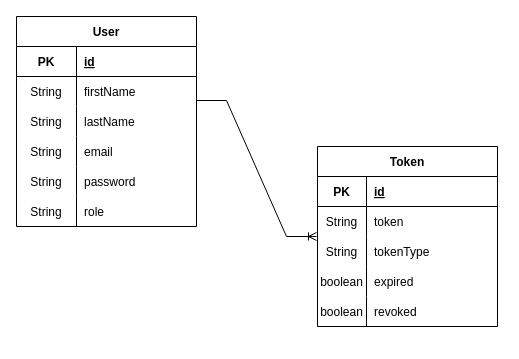
Earlier version of the draw.io diagram page "class-diagram" (3 of 4) of jwt-security.drawio (kasodeep/jwt-auth-springboot). Source tidied: cells renumbered, new cells numbered last; positions are measured from the earlier drawing's top-left corner, leaving out a move shared by most shapes. Both pictures are drawn from the tidied source at 100%, with x=0, y=0 at pixel (16, 16).
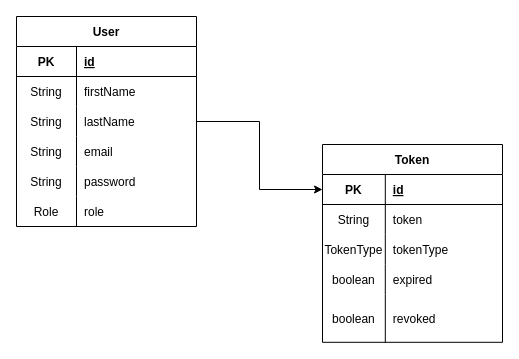
The same diagram, later.

Unchanged cells that the change refers to:
```xml
<mxCell id="9" style="shape=tableRow;horizontal=0;startSize=0;swimlaneHead=0;swimlaneBody=0;fillColor=none;points=[[0,0.5],[1,0.5]];portConstraint=eastwest;top=0;left=0;right=0;bottom=0;" parent="2" vertex="1">
  <mxGeometry y="90" width="180" height="30" as="geometry" />
</mxCell>
<mxCell id="18" style="shape=tableRow;horizontal=0;startSize=0;swimlaneHead=0;swimlaneBody=0;fillColor=none;top=0;left=0;right=0;bottom=0;" parent="2" vertex="1">
  <mxGeometry y="180" width="180" height="30" as="geometry" />
</mxCell>
<mxCell id="22" style="shape=tableRow;horizontal=0;startSize=0;swimlaneHead=0;swimlaneBody=0;fillColor=none;points=[[0,0.5],[1,0.5]];portConstraint=eastwest;top=0;left=0;right=0;bottom=1;" parent="21" vertex="1">
  <mxGeometry y="30" width="180" height="30" as="geometry" />
</mxCell>
<mxCell id="25" style="shape=tableRow;horizontal=0;startSize=0;swimlaneHead=0;swimlaneBody=0;fillColor=none;top=0;left=0;right=0;bottom=0;" parent="21" vertex="1">
  <mxGeometry y="60" width="180" height="30" as="geometry" />
</mxCell>
<mxCell id="28" style="shape=tableRow;horizontal=0;startSize=0;swimlaneHead=0;swimlaneBody=0;fillColor=none;top=0;left=0;right=0;bottom=0;" parent="21" vertex="1">
  <mxGeometry y="90" width="180" height="30" as="geometry" />
</mxCell>
<mxCell id="31" style="shape=tableRow;horizontal=0;startSize=0;swimlaneHead=0;swimlaneBody=0;fillColor=none;top=0;left=0;right=0;bottom=0;" parent="21" vertex="1">
  <mxGeometry y="120" width="180" height="30" as="geometry" />
</mxCell>
```

What changed in the source:
```diff
@@
-    <mxCell id="19" value="String" style="shape=partialRectangle;fillColor=none;top=0;left=0;bottom=0;right=0;overflow=hidden;" parent="18" vertex="1">
+    <mxCell id="19" value="Role" style="shape=partialRectangle;fillColor=none;top=0;left=0;bottom=0;right=0;overflow=hidden;" parent="18" vertex="1">
       <mxGeometry width="60" height="30" as="geometry" />
     </mxCell>
@@
     <mxCell id="21" value="Token" style="shape=table;startSize=30;childLayout=tableLayout;rowLines=0;fontStyle=1;align=center;fillColor=default;" parent="1" vertex="1">
-      <mxGeometry x="301" y="130" width="180" height="180" as="geometry" />
+      <mxGeometry x="306" y="128" width="180" height="197.8" as="geometry" />
     </mxCell>
@@
     <mxCell id="23" value="PK" style="shape=partialRectangle;fillColor=none;top=0;left=0;bottom=0;right=0;fontStyle=1;overflow=hidden;" parent="22" vertex="1">
-      <mxGeometry width="49" height="30" as="geometry" />
+      <mxGeometry width="62.8" height="30" as="geometry" />
     </mxCell>
     <mxCell id="24" value="id" style="shape=partialRectangle;fillColor=none;top=0;left=0;bottom=0;right=0;align=left;spacingLeft=6;fontStyle=5;overflow=hidden;" parent="22" vertex="1">
-      <mxGeometry x="49" width="131" height="30" as="geometry" />
+      <mxGeometry x="62.8" width="117.2" height="30" as="geometry" />
     </mxCell>
@@
     <mxCell id="26" value="String" style="shape=partialRectangle;fillColor=none;top=0;left=0;bottom=0;right=0;overflow=hidden;" parent="25" vertex="1">
-      <mxGeometry width="49" height="30" as="geometry" />
+      <mxGeometry width="62.8" height="30" as="geometry" />
     </mxCell>
     <mxCell id="27" value="token" style="shape=partialRectangle;fillColor=none;top=0;left=0;bottom=0;right=0;align=left;spacingLeft=6;overflow=hidden;" parent="25" vertex="1">
-      <mxGeometry x="49" width="131" height="30" as="geometry" />
+      <mxGeometry x="62.8" width="117.2" height="30" as="geometry" />
     </mxCell>
@@
-    <mxCell id="29" value="String" style="shape=partialRectangle;fillColor=none;top=0;left=0;bottom=0;right=0;overflow=hidden;" parent="28" vertex="1">
-      <mxGeometry width="49" height="30" as="geometry" />
+    <mxCell id="29" value="TokenType" style="shape=partialRectangle;fillColor=none;top=0;left=0;bottom=0;right=0;overflow=hidden;" parent="28" vertex="1">
+      <mxGeometry width="62.8" height="30" as="geometry" />
     </mxCell>
     <mxCell id="30" value="tokenType" style="shape=partialRectangle;fillColor=none;top=0;left=0;bottom=0;right=0;align=left;spacingLeft=6;overflow=hidden;" parent="28" vertex="1">
-      <mxGeometry x="49" width="131" height="30" as="geometry" />
+      <mxGeometry x="62.8" width="117.2" height="30" as="geometry" />
     </mxCell>
@@
     <mxCell id="32" value="boolean" style="shape=partialRectangle;fillColor=none;top=0;left=0;bottom=0;right=0;overflow=hidden;" parent="31" vertex="1">
-      <mxGeometry width="49" height="30" as="geometry" />
+      <mxGeometry width="62.8" height="30" as="geometry" />
     </mxCell>
     <mxCell id="33" value="expired" style="shape=partialRectangle;fillColor=none;top=0;left=0;bottom=0;right=0;align=left;spacingLeft=6;overflow=hidden;" parent="31" vertex="1">
-      <mxGeometry x="49" width="131" height="30" as="geometry" />
+      <mxGeometry x="62.8" width="117.2" height="30" as="geometry" />
     </mxCell>
     <mxCell id="34" style="shape=tableRow;horizontal=0;startSize=0;swimlaneHead=0;swimlaneBody=0;fillColor=none;top=0;left=0;right=0;bottom=0;" parent="21" vertex="1">
-      <mxGeometry y="150" width="180" height="30" as="geometry" />
+      <mxGeometry y="150" width="180" height="48" as="geometry" />
     </mxCell>
     <mxCell id="35" value="boolean" style="shape=partialRectangle;fillColor=none;top=0;left=0;bottom=0;right=0;overflow=hidden;" parent="34" vertex="1">
-      <mxGeometry width="49" height="30" as="geometry" />
+      <mxGeometry width="62.8" height="48" as="geometry" />
     </mxCell>
     <mxCell id="36" value="revoked" style="shape=partialRectangle;fillColor=none;top=0;left=0;bottom=0;right=0;align=left;spacingLeft=6;overflow=hidden;" parent="34" vertex="1">
-      <mxGeometry x="49" width="131" height="30" as="geometry" />
+      <mxGeometry x="62.8" width="117.2" height="48" as="geometry" />
     </mxCell>
-    <mxCell id="37" style="edgeStyle=entityRelationEdgeStyle;fontSize=12;html=1;endArrow=ERoneToMany;rounded=0;strokeWidth=1;" parent="1" edge="1">
-      <mxGeometry relative="1" as="geometry">
-        <mxPoint x="180" y="84" as="sourcePoint" />
-        <mxPoint x="300" y="220" as="targetPoint" />
-      </mxGeometry>
-    </mxCell>
+    <mxCell id="38" style="edgeStyle=orthogonalEdgeStyle;rounded=0;jettySize=auto;html=1;exitX=1;exitY=0.5;exitDx=0;exitDy=0;entryX=0;entryY=0.5;entryDx=0;entryDy=0;" parent="1" edge="1" source="9" target="22">
+      <mxGeometry relative="1" as="geometry" />
+    </mxCell>
```
